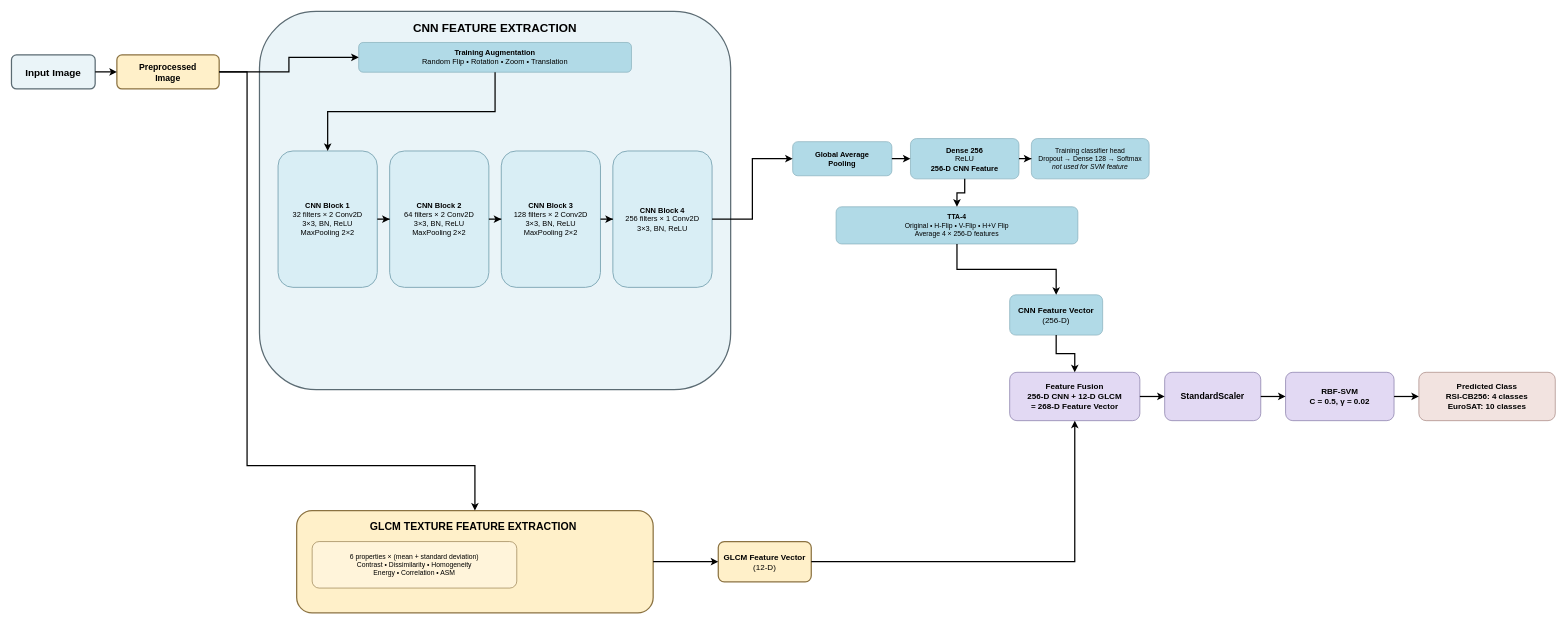
fac010150-cyber/draw_io keeps this draw.io diagram as cnn glcm archi 2.drawio. Above is the earlier version. Source tidied: cells renumbered, new cells numbered last; positions are measured from the earlier drawing's top-left corner, leaving out a move shared by most shapes. Both pictures are drawn from the tidied source at 62%, with x=0, y=0 at pixel (11, 11).
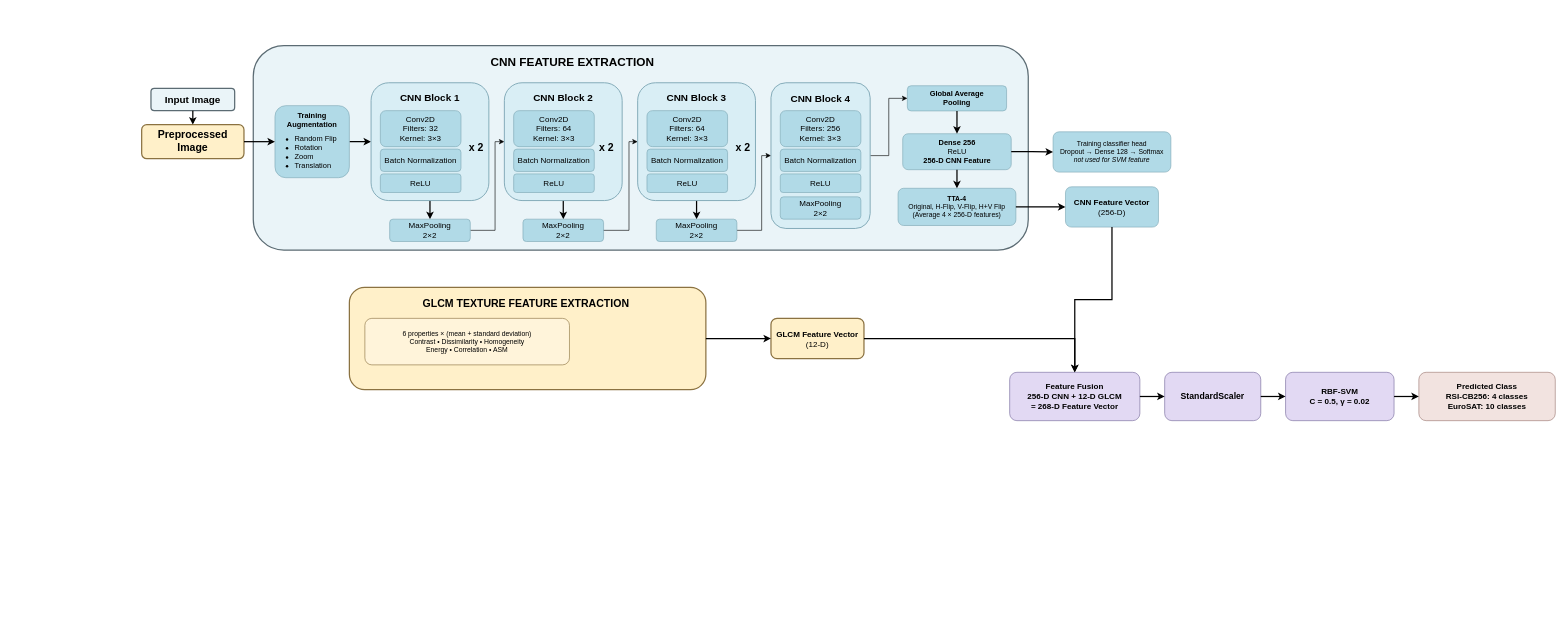
The same diagram, later.

Diff of the diagram source:
```diff
@@
     <mxCell id="2" value="&lt;b&gt;Input Image&lt;/b&gt;" style="rounded=1;whiteSpace=wrap;html=1;fillColor=#EAF4F8;strokeColor=#5B6B73;strokeWidth=2;fontSize=16;" parent="1" vertex="1">
-      <mxGeometry y="70" width="135" height="55" as="geometry" />
+      <mxGeometry x="225" y="124" width="135" height="36" as="geometry" />
     </mxCell>
-    <mxCell id="3" value="&lt;b&gt;Preprocessed&lt;br&gt;Image&lt;/b&gt;" style="rounded=1;whiteSpace=wrap;html=1;fillColor=#FFF0C9;strokeColor=#8B7241;strokeWidth=2;fontSize=14;" parent="1" vertex="1">
-      <mxGeometry x="170" y="70" width="165" height="55" as="geometry" />
+    <mxCell id="3" value="&lt;font style=&quot;font-size: 17px;&quot;&gt;&lt;b&gt;Preprocessed&lt;br&gt;Image&lt;/b&gt;&lt;/font&gt;" style="rounded=1;whiteSpace=wrap;html=1;fillColor=#FFF0C9;strokeColor=#8B7241;strokeWidth=2;fontSize=14;" parent="1" vertex="1">
+      <mxGeometry x="210" y="182.5" width="165" height="55" as="geometry" />
     </mxCell>
     <mxCell id="4" style="rounded=1;whiteSpace=wrap;html=1;fillColor=#EAF4F8;strokeColor=#5B6B73;strokeWidth=2;" parent="1" vertex="1">
-      <mxGeometry x="400" width="760" height="610" as="geometry" />
+      <mxGeometry x="390" y="55" width="1250" height="330" as="geometry" />
     </mxCell>
     <mxCell id="5" value="&lt;b&gt;CNN FEATURE EXTRACTION&lt;/b&gt;" style="text;html=1;whiteSpace=wrap;strokeColor=none;fillColor=none;fontStyle=1;fontSize=19;align=center;" parent="1" vertex="1">
-      <mxGeometry x="610" y="10" width="340" height="30" as="geometry" />
+      <mxGeometry x="735" y="65" width="340" height="30" as="geometry" />
     </mxCell>
+    <mxCell id="42" style="edgeStyle=orthogonalEdgeStyle;rounded=0;jettySize=auto;html=1;entryX=0;entryY=0.5;entryDx=0;entryDy=0;strokeWidth=2;" parent="1" edge="1" source="6" target="44">
+      <mxGeometry relative="1" as="geometry" />
+    </mxCell>
-    <mxCell id="6" value="&lt;b&gt;Training Augmentation&lt;/b&gt;&lt;br&gt;Random Flip • Rotation • Zoom • Translation" style="rounded=1;whiteSpace=wrap;html=1;fillColor=#B1DAE7;strokeColor=#7EA7B5;fontSize=12;" parent="1" vertex="1">
-      <mxGeometry x="560" y="50" width="440" height="48" as="geometry" />
+    <mxCell id="6" style="rounded=1;whiteSpace=wrap;html=1;fillColor=#B1DAE7;strokeColor=#7EA7B5;fontSize=12;" parent="1" vertex="1">
+      <mxGeometry x="425" y="151.9" width="120" height="116.2" as="geometry" />
     </mxCell>
-    <mxCell id="7" value="&lt;b&gt;CNN Block 1&lt;/b&gt;&lt;br&gt;32 filters × 2 Conv2D&lt;br&gt;3×3, BN, ReLU&lt;br&gt;MaxPooling 2×2" style="rounded=1;whiteSpace=wrap;html=1;fillColor=#D9EEF5;strokeColor=#7EA7B5;strokeWidth=1.5;fontSize=12;" parent="1" vertex="1">
-      <mxGeometry x="430" y="225" width="160" height="220" as="geometry" />
-    </mxCell>
-    <mxCell id="8" value="&lt;b&gt;CNN Block 2&lt;/b&gt;&lt;br&gt;64 filters × 2 Conv2D&lt;br&gt;3×3, BN, ReLU&lt;br&gt;MaxPooling 2×2" style="rounded=1;whiteSpace=wrap;html=1;fillColor=#D9EEF5;strokeColor=#7EA7B5;strokeWidth=1.5;fontSize=12;" parent="1" vertex="1">
-      <mxGeometry x="610" y="225" width="160" height="220" as="geometry" />
-    </mxCell>
-    <mxCell id="9" value="&lt;b&gt;CNN Block 3&lt;/b&gt;&lt;br&gt;128 filters × 2 Conv2D&lt;br&gt;3×3, BN, ReLU&lt;br&gt;MaxPooling 2×2" style="rounded=1;whiteSpace=wrap;html=1;fillColor=#D9EEF5;strokeColor=#7EA7B5;strokeWidth=1.5;fontSize=12;" parent="1" vertex="1">
-      <mxGeometry x="790" y="225" width="160" height="220" as="geometry" />
-    </mxCell>
-    <mxCell id="10" value="&lt;b&gt;CNN Block 4&lt;/b&gt;&lt;br&gt;256 filters × 1 Conv2D&lt;br&gt;3×3, BN, ReLU" style="rounded=1;whiteSpace=wrap;html=1;fillColor=#D9EEF5;strokeColor=#7EA7B5;strokeWidth=1.5;fontSize=12;" parent="1" vertex="1">
-      <mxGeometry x="970" y="225" width="160" height="220" as="geometry" />
-    </mxCell>
     <mxCell id="11" value="&lt;b&gt;Global Average&lt;br&gt;Pooling&lt;/b&gt;" style="rounded=1;whiteSpace=wrap;html=1;fillColor=#B1DAE7;strokeColor=#7EA7B5;fontSize=12;" parent="1" vertex="1">
-      <mxGeometry x="1260" y="210" width="160" height="55" as="geometry" />
+      <mxGeometry x="1445" y="119.8" width="160" height="40.6" as="geometry" />
     </mxCell>
     <mxCell id="12" value="&lt;b&gt;Dense 256&lt;/b&gt;&lt;br&gt;ReLU&lt;br&gt;&lt;b&gt;256-D CNN Feature&lt;/b&gt;" style="rounded=1;whiteSpace=wrap;html=1;fillColor=#B1DAE7;strokeColor=#7EA7B5;fontSize=12;" parent="1" vertex="1">
-      <mxGeometry x="1450" y="205" width="175" height="65" as="geometry" />
+      <mxGeometry x="1437.5" y="197.2" width="175" height="58" as="geometry" />
     </mxCell>
     <mxCell id="13" value="Training classifier head&lt;br&gt;Dropout → Dense 128 → Softmax&lt;br&gt;&lt;i&gt;not used for SVM feature&lt;/i&gt;" style="rounded=1;whiteSpace=wrap;html=1;fillColor=#B1DAE7;strokeColor=#7EA7B5;fontSize=11;" parent="1" vertex="1">
-      <mxGeometry x="1645" y="205" width="190" height="65" as="geometry" />
+      <mxGeometry x="1680" y="194.1" width="190" height="65" as="geometry" />
     </mxCell>
-    <mxCell id="14" value="&lt;b&gt;TTA-4&lt;/b&gt;&lt;br&gt;Original • H-Flip • V-Flip • H+V Flip&lt;br&gt;Average 4 × 256-D features" style="rounded=1;whiteSpace=wrap;html=1;fillColor=#B1DAE7;strokeColor=#7EA7B5;fontSize=11;" parent="1" vertex="1">
-      <mxGeometry x="1330" y="315" width="390" height="60" as="geometry" />
+    <mxCell id="14" value="&lt;b&gt;TTA-4&lt;/b&gt;&lt;br&gt;Original, H-Flip, V-Flip, H+V Flip&lt;br&gt;(Average 4 × 256-D features)" style="rounded=1;whiteSpace=wrap;html=1;fillColor=#B1DAE7;strokeColor=#7EA7B5;fontSize=11;" parent="1" vertex="1">
+      <mxGeometry x="1430" y="285.2" width="190" height="60" as="geometry" />
     </mxCell>
     <mxCell id="15" value="&lt;b&gt;CNN Feature Vector&lt;/b&gt;&lt;br&gt;(256-D)" style="rounded=1;whiteSpace=wrap;html=1;fillColor=#B1DAE7;strokeColor=#7EA7B5;fontSize=13;" parent="1" vertex="1">
-      <mxGeometry x="1610" y="457" width="150" height="65" as="geometry" />
+      <mxGeometry x="1700" y="282.8" width="150" height="65" as="geometry" />
     </mxCell>
     <mxCell id="16" style="rounded=1;whiteSpace=wrap;html=1;fillColor=#FFF0C9;strokeColor=#8B7241;strokeWidth=2;" parent="1" vertex="1">
-      <mxGeometry x="460" y="805" width="575" height="165" as="geometry" />
+      <mxGeometry x="545" y="445" width="575" height="165" as="geometry" />
     </mxCell>
     <mxCell id="17" value="&lt;b&gt;GLCM TEXTURE FEATURE EXTRACTION&lt;/b&gt;" style="text;html=1;whiteSpace=wrap;strokeColor=none;fillColor=none;fontStyle=1;fontSize=17;align=center;" parent="1" vertex="1">
-      <mxGeometry x="545" y="815" width="400" height="30" as="geometry" />
+      <mxGeometry x="630" y="455" width="400" height="30" as="geometry" />
     </mxCell>
     <mxCell id="18" value="6 properties × (mean + standard deviation)&lt;br&gt;Contrast • Dissimilarity • Homogeneity&lt;br&gt;Energy • Correlation • ASM" style="rounded=1;whiteSpace=wrap;html=1;fillColor=#FFF4DA;strokeColor=#8B7241;fontSize=11;" parent="1" vertex="1">
-      <mxGeometry x="485" y="855" width="330" height="75" as="geometry" />
+      <mxGeometry x="570" y="495" width="330" height="75" as="geometry" />
     </mxCell>
     <mxCell id="19" value="&lt;b&gt;GLCM Feature Vector&lt;/b&gt;&lt;br&gt;(12-D)" style="rounded=1;whiteSpace=wrap;html=1;fillColor=#FFF0C9;strokeColor=#8B7241;strokeWidth=2;fontSize=13;" parent="1" vertex="1">
-      <mxGeometry x="1140" y="855" width="150" height="65" as="geometry" />
+      <mxGeometry x="1225" y="495" width="150" height="65" as="geometry" />
     </mxCell>
@@
-    <mxCell id="25" style="edgeStyle=orthogonalEdgeStyle;rounded=0;jettySize=auto;html=1;strokeWidth=2;endArrow=classic;" parent="1" edge="1" source="3" target="6">
-      <mxGeometry relative="1" as="geometry" />
+    <mxCell id="25" style="edgeStyle=orthogonalEdgeStyle;rounded=0;jettySize=auto;html=1;strokeWidth=2;endArrow=classic;exitX=1;exitY=0.5;exitDx=0;exitDy=0;" parent="1" edge="1" source="3" target="6">
+      <mxGeometry x="0.43" relative="1" as="geometry" />
     </mxCell>
-    <mxCell id="26" style="edgeStyle=orthogonalEdgeStyle;rounded=0;jettySize=auto;html=1;strokeWidth=2;endArrow=classic;" parent="1" edge="1" source="6" target="7">
-      <mxGeometry relative="1" as="geometry" />
-    </mxCell>
-    <mxCell id="27" style="edgeStyle=orthogonalEdgeStyle;rounded=0;jettySize=auto;html=1;strokeWidth=2;endArrow=classic;" parent="1" edge="1" source="7" target="8">
-      <mxGeometry relative="1" as="geometry" />
-    </mxCell>
-    <mxCell id="28" style="edgeStyle=orthogonalEdgeStyle;rounded=0;jettySize=auto;html=1;strokeWidth=2;endArrow=classic;" parent="1" edge="1" source="8" target="9">
-      <mxGeometry relative="1" as="geometry" />
-    </mxCell>
-    <mxCell id="29" style="edgeStyle=orthogonalEdgeStyle;rounded=0;jettySize=auto;html=1;strokeWidth=2;endArrow=classic;" parent="1" edge="1" source="9" target="10">
-      <mxGeometry relative="1" as="geometry" />
-    </mxCell>
-    <mxCell id="30" style="edgeStyle=orthogonalEdgeStyle;rounded=0;jettySize=auto;html=1;strokeWidth=2;endArrow=classic;" parent="1" edge="1" source="10" target="11">
-      <mxGeometry relative="1" as="geometry" />
-    </mxCell>
@@
-    <mxCell id="35" style="edgeStyle=orthogonalEdgeStyle;rounded=0;jettySize=auto;html=1;strokeWidth=2;endArrow=classic;" parent="1" edge="1" source="3" target="16">
-      <mxGeometry relative="1" as="geometry">
-        <Array as="points">
-          <mxPoint x="380" y="97.5" />
-          <mxPoint x="380" y="732.5" />
-        </Array>
-      </mxGeometry>
-    </mxCell>
@@
+    <mxCell id="43" style="edgeStyle=orthogonalEdgeStyle;rounded=0;jettySize=auto;html=1;strokeWidth=2;" parent="1" edge="1" source="44" target="50">
+      <mxGeometry relative="1" as="geometry" />
+    </mxCell>
+    <mxCell id="44" style="rounded=1;whiteSpace=wrap;html=1;fillColor=#D9EEF5;strokeColor=#7EA7B5;strokeWidth=1.5;" parent="1" vertex="1">
+      <mxGeometry x="580" y="115" width="190" height="190" as="geometry" />
+    </mxCell>
+    <mxCell id="45" value="CNN Block 1" style="text;html=1;whiteSpace=wrap;strokeColor=none;fillColor=none;fontStyle=1;fontSize=16;align=center;" parent="1" vertex="1">
+      <mxGeometry x="610" y="122.5" width="130" height="28" as="geometry" />
+    </mxCell>
+    <mxCell id="46" value="Conv2D&lt;br&gt;Filters: 32&lt;br&gt;Kernel: 3×3" style="rounded=1;whiteSpace=wrap;html=1;fillColor=#B1DAE7;strokeColor=#7EA7B5;fontSize=13;" parent="1" vertex="1">
+      <mxGeometry x="595" y="160" width="130" height="58" as="geometry" />
+    </mxCell>
+    <mxCell id="47" value="Batch Normalization" style="rounded=1;whiteSpace=wrap;html=1;fillColor=#B1DAE7;strokeColor=#7EA7B5;fontSize=13;" parent="1" vertex="1">
+      <mxGeometry x="595" y="222" width="130" height="36" as="geometry" />
+    </mxCell>
+    <mxCell id="48" value="ReLU" style="rounded=1;whiteSpace=wrap;html=1;fillColor=#B1DAE7;strokeColor=#7EA7B5;fontSize=13;" parent="1" vertex="1">
+      <mxGeometry x="595" y="262" width="130" height="30" as="geometry" />
+    </mxCell>
+    <mxCell id="49" style="edgeStyle=orthogonalEdgeStyle;rounded=0;jettySize=auto;html=1;entryX=0;entryY=0.5;entryDx=0;entryDy=0;strokeWidth=1;" parent="1" edge="1" source="50" target="60">
+      <mxGeometry relative="1" as="geometry">
+        <Array as="points">
+          <mxPoint x="780" y="353" />
+          <mxPoint x="780" y="210" />
+        </Array>
+      </mxGeometry>
+    </mxCell>
+    <mxCell id="50" value="MaxPooling&lt;br&gt;2×2" style="rounded=1;whiteSpace=wrap;html=1;fillColor=#B1DAE7;strokeColor=#7EA7B5;fontSize=13;" parent="1" vertex="1">
+      <mxGeometry x="610" y="335" width="130" height="36" as="geometry" />
+    </mxCell>
+    <mxCell id="51" style="edgeStyle=orthogonalEdgeStyle;rounded=0;jettySize=auto;html=1;entryX=0;entryY=0.5;entryDx=0;entryDy=0;" parent="1" edge="1" source="52" target="11">
+      <mxGeometry relative="1" as="geometry" />
+    </mxCell>
+    <mxCell id="52" style="rounded=1;whiteSpace=wrap;html=1;fillColor=#D9EEF5;strokeColor=#7EA7B5;strokeWidth=1.5;" parent="1" vertex="1">
+      <mxGeometry x="1225" y="115" width="160" height="235" as="geometry" />
+    </mxCell>
+    <mxCell id="53" value="CNN Block 4" style="text;html=1;whiteSpace=wrap;strokeColor=none;fillColor=none;fontStyle=1;fontSize=16;align=center;" parent="1" vertex="1">
+      <mxGeometry x="1240" y="125" width="130" height="28" as="geometry" />
+    </mxCell>
+    <mxCell id="54" value="Conv2D&lt;br&gt;Filters: 256&lt;br&gt;Kernel: 3×3" style="rounded=1;whiteSpace=wrap;html=1;fillColor=#B1DAE7;strokeColor=#7EA7B5;fontSize=13;" parent="1" vertex="1">
+      <mxGeometry x="1240" y="160" width="130" height="58" as="geometry" />
+    </mxCell>
+    <mxCell id="55" value="Batch Normalization" style="rounded=1;whiteSpace=wrap;html=1;fillColor=#B1DAE7;strokeColor=#7EA7B5;fontSize=13;" parent="1" vertex="1">
+      <mxGeometry x="1240" y="222" width="130" height="36" as="geometry" />
+    </mxCell>
+    <mxCell id="56" value="ReLU" style="rounded=1;whiteSpace=wrap;html=1;fillColor=#B1DAE7;strokeColor=#7EA7B5;fontSize=13;" parent="1" vertex="1">
+      <mxGeometry x="1240" y="262" width="130" height="30" as="geometry" />
+    </mxCell>
+    <mxCell id="57" value="MaxPooling&lt;br&gt;2×2" style="rounded=1;whiteSpace=wrap;html=1;fillColor=#B1DAE7;strokeColor=#7EA7B5;fontSize=13;" parent="1" vertex="1">
+      <mxGeometry x="1240" y="299" width="130" height="36" as="geometry" />
+    </mxCell>
+    <mxCell id="58" value="&lt;b&gt;&lt;font style=&quot;font-size: 17px;&quot;&gt;x 2&lt;/font&gt;&lt;/b&gt;" style="text;html=1;whiteSpace=wrap;strokeColor=none;fillColor=none;align=center;verticalAlign=middle;rounded=0;" parent="1" vertex="1">
+      <mxGeometry x="720" y="205" width="60" height="30" as="geometry" />
+    </mxCell>
+    <mxCell id="59" style="edgeStyle=orthogonalEdgeStyle;rounded=0;jettySize=auto;html=1;strokeWidth=2;" parent="1" edge="1" source="60" target="66">
+      <mxGeometry relative="1" as="geometry" />
+    </mxCell>
+    <mxCell id="60" style="rounded=1;whiteSpace=wrap;html=1;fillColor=#D9EEF5;strokeColor=#7EA7B5;strokeWidth=1.5;" parent="1" vertex="1">
+      <mxGeometry x="795" y="115" width="190" height="190" as="geometry" />
+    </mxCell>
+    <mxCell id="61" value="CNN Block 2" style="text;html=1;whiteSpace=wrap;strokeColor=none;fillColor=none;fontStyle=1;fontSize=16;align=center;" parent="1" vertex="1">
+      <mxGeometry x="825" y="122.5" width="130" height="28" as="geometry" />
+    </mxCell>
+    <mxCell id="62" value="Conv2D&lt;br&gt;Filters: 64&lt;br&gt;Kernel: 3×3" style="rounded=1;whiteSpace=wrap;html=1;fillColor=#B1DAE7;strokeColor=#7EA7B5;fontSize=13;" parent="1" vertex="1">
+      <mxGeometry x="810" y="160" width="130" height="58" as="geometry" />
+    </mxCell>
+    <mxCell id="63" value="Batch Normalization" style="rounded=1;whiteSpace=wrap;html=1;fillColor=#B1DAE7;strokeColor=#7EA7B5;fontSize=13;" parent="1" vertex="1">
+      <mxGeometry x="810" y="222" width="130" height="36" as="geometry" />
+    </mxCell>
+    <mxCell id="64" value="ReLU" style="rounded=1;whiteSpace=wrap;html=1;fillColor=#B1DAE7;strokeColor=#7EA7B5;fontSize=13;" parent="1" vertex="1">
+      <mxGeometry x="810" y="262" width="130" height="30" as="geometry" />
+    </mxCell>
+    <mxCell id="65" style="edgeStyle=orthogonalEdgeStyle;rounded=0;jettySize=auto;html=1;entryX=0;entryY=0.5;entryDx=0;entryDy=0;" parent="1" edge="1" target="69">
+      <mxGeometry x="-0.02" relative="1" as="geometry">
+        <mxPoint x="951" y="353" as="sourcePoint" />
+        <Array as="points">
+          <mxPoint x="996" y="353" />
+          <mxPoint x="996" y="210" />
+        </Array>
+      </mxGeometry>
+    </mxCell>
+    <mxCell id="66" value="MaxPooling&lt;br&gt;2×2" style="rounded=1;whiteSpace=wrap;html=1;fillColor=#B1DAE7;strokeColor=#7EA7B5;fontSize=13;" parent="1" vertex="1">
+      <mxGeometry x="825" y="335" width="130" height="36" as="geometry" />
+    </mxCell>
+    <mxCell id="67" value="&lt;b&gt;&lt;font style=&quot;font-size: 17px;&quot;&gt;x 2&lt;/font&gt;&lt;/b&gt;" style="text;html=1;whiteSpace=wrap;strokeColor=none;fillColor=none;align=center;verticalAlign=middle;rounded=0;" parent="1" vertex="1">
+      <mxGeometry x="930" y="205" width="60" height="30" as="geometry" />
+    </mxCell>
+    <mxCell id="68" style="edgeStyle=orthogonalEdgeStyle;rounded=0;jettySize=auto;html=1;strokeWidth=2;" parent="1" edge="1" source="69" target="75">
+      <mxGeometry relative="1" as="geometry" />
+    </mxCell>
+    <mxCell id="69" style="rounded=1;whiteSpace=wrap;html=1;fillColor=#D9EEF5;strokeColor=#7EA7B5;strokeWidth=1.5;" parent="1" vertex="1">
+      <mxGeometry x="1010" y="115" width="190" height="190" as="geometry" />
+    </mxCell>
+    <mxCell id="70" value="CNN Block 3" style="text;html=1;whiteSpace=wrap;strokeColor=none;fillColor=none;fontStyle=1;fontSize=16;align=center;" parent="1" vertex="1">
+      <mxGeometry x="1040" y="122.5" width="130" height="28" as="geometry" />
+    </mxCell>
+    <mxCell id="71" value="Conv2D&lt;br&gt;Filters: 64&lt;br&gt;Kernel: 3×3" style="rounded=1;whiteSpace=wrap;html=1;fillColor=#B1DAE7;strokeColor=#7EA7B5;fontSize=13;" parent="1" vertex="1">
+      <mxGeometry x="1025" y="160" width="130" height="58" as="geometry" />
+    </mxCell>
+    <mxCell id="72" value="Batch Normalization" style="rounded=1;whiteSpace=wrap;html=1;fillColor=#B1DAE7;strokeColor=#7EA7B5;fontSize=13;" parent="1" vertex="1">
+      <mxGeometry x="1025" y="222" width="130" height="36" as="geometry" />
+    </mxCell>
+    <mxCell id="73" value="ReLU" style="rounded=1;whiteSpace=wrap;html=1;fillColor=#B1DAE7;strokeColor=#7EA7B5;fontSize=13;" parent="1" vertex="1">
+      <mxGeometry x="1025" y="262" width="130" height="30" as="geometry" />
+    </mxCell>
+    <mxCell id="74" style="edgeStyle=orthogonalEdgeStyle;rounded=0;jettySize=auto;html=1;entryX=0;entryY=0.5;entryDx=0;entryDy=0;" parent="1" edge="1" source="75" target="52">
+      <mxGeometry relative="1" as="geometry">
+        <Array as="points">
+          <mxPoint x="1210" y="353" />
+          <mxPoint x="1210" y="232.5" />
+        </Array>
+      </mxGeometry>
+    </mxCell>
+    <mxCell id="75" value="MaxPooling&lt;br&gt;2×2" style="rounded=1;whiteSpace=wrap;html=1;fillColor=#B1DAE7;strokeColor=#7EA7B5;fontSize=13;" parent="1" vertex="1">
+      <mxGeometry x="1040" y="335" width="130" height="36" as="geometry" />
+    </mxCell>
+    <mxCell id="76" value="&lt;b&gt;&lt;font style=&quot;font-size: 17px;&quot;&gt;x 2&lt;/font&gt;&lt;/b&gt;" style="text;html=1;whiteSpace=wrap;strokeColor=none;fillColor=none;align=center;verticalAlign=middle;rounded=0;" parent="1" vertex="1">
+      <mxGeometry x="1150" y="205" width="60" height="30" as="geometry" />
+    </mxCell>
+    <mxCell id="77" value="&lt;ul&gt;&lt;li align=&quot;left&quot;&gt;Random&amp;nbsp;Flip&amp;nbsp;&lt;/li&gt;&lt;li align=&quot;left&quot;&gt;Rotation&amp;nbsp;&lt;/li&gt;&lt;li align=&quot;left&quot;&gt;Zoom&amp;nbsp;&lt;/li&gt;&lt;li align=&quot;left&quot;&gt;Translation&lt;/li&gt;&lt;/ul&gt;" style="text;html=1;whiteSpace=wrap;strokeColor=none;fillColor=none;align=left;verticalAlign=middle;rounded=0;" parent="1" vertex="1">
+      <mxGeometry x="415" y="185.1" width="120" height="83" as="geometry" />
+    </mxCell>
+    <mxCell id="78" value="&lt;b&gt;Training Augmentation&lt;/b&gt;" style="text;html=1;whiteSpace=wrap;strokeColor=none;fillColor=none;align=center;verticalAlign=middle;rounded=0;" parent="1" vertex="1">
+      <mxGeometry x="430" y="160.4" width="110" height="30" as="geometry" />
+    </mxCell>
```
